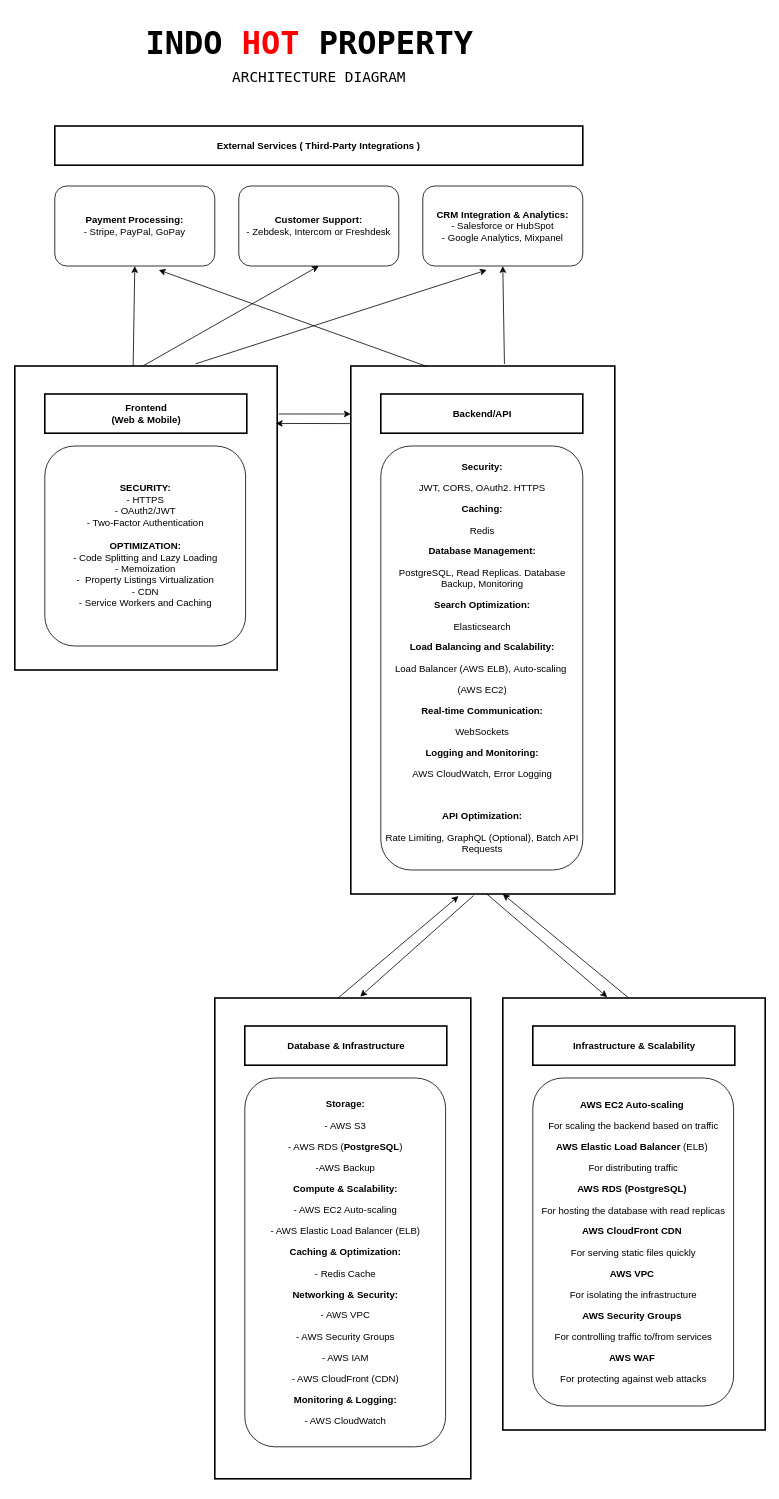
This is Diagram bez tytułu.drawio from szumi112/task, a draw.io file, before an edit. Source tidied: cells renumbered, new cells numbered last; positions are measured from the earlier drawing's top-left corner, leaving out a move shared by most shapes. Both pictures are drawn from the tidied source at 80%, with x=0, y=0 at pixel (14, 14).
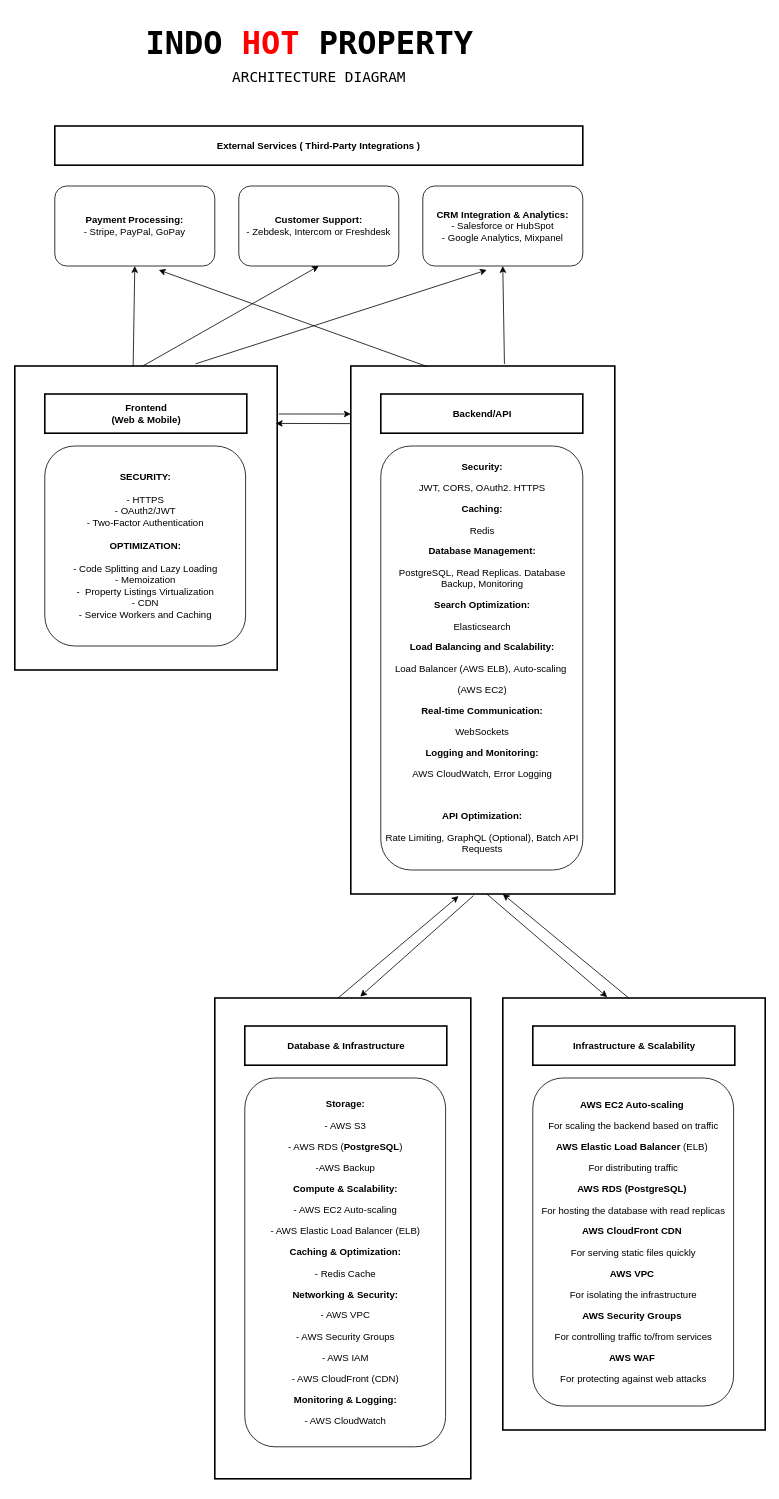
Above is the later version.

What changed in the source:
```diff
@@
-    <mxCell id="4" value="&lt;b&gt;SECURITY:&lt;/b&gt;&lt;div&gt;- HTTPS&lt;br&gt;- OAuth2/JWT&lt;div&gt;- Two-Factor Authentication&lt;br&gt;&lt;br&gt;&lt;b&gt;OPTIMIZATION:&lt;/b&gt;&lt;div&gt;- Code Splitting and Lazy Loading&lt;br&gt;-&amp;nbsp;Memoization&lt;div&gt;-&amp;nbsp; Property Listings Virtualization&lt;/div&gt;&lt;div&gt;- CDN&lt;/div&gt;&lt;div&gt;-&amp;nbsp;Service Workers and Caching&lt;/div&gt;&lt;/div&gt;&lt;/div&gt;&lt;/div&gt;" style="rounded=1;whiteSpace=wrap;html=1;" parent="1" vertex="1">
+    <mxCell id="4" value="&lt;b&gt;SECURITY:&lt;/b&gt;&lt;div&gt;&lt;b&gt;&lt;br&gt;&lt;/b&gt;&lt;div&gt;- HTTPS&lt;br&gt;- OAuth2/JWT&lt;div&gt;- Two-Factor Authentication&lt;br&gt;&lt;br&gt;&lt;b&gt;OPTIMIZATION:&lt;/b&gt;&lt;/div&gt;&lt;div&gt;&lt;b&gt;&lt;br&gt;&lt;/b&gt;&lt;/div&gt;&lt;div&gt;&lt;span style=&quot;background-color: initial;&quot;&gt;- Code Splitting and Lazy Loading&lt;/span&gt;&lt;div&gt;-&amp;nbsp;Memoization&lt;div&gt;-&amp;nbsp; Property Listings Virtualization&lt;/div&gt;&lt;div&gt;- CDN&lt;/div&gt;&lt;div&gt;-&amp;nbsp;Service Workers and Caching&lt;/div&gt;&lt;/div&gt;&lt;/div&gt;&lt;/div&gt;&lt;/div&gt;" style="rounded=1;whiteSpace=wrap;html=1;" parent="1" vertex="1">
       <mxGeometry x="37.5" y="540" width="251" height="250" as="geometry" />
     </mxCell>
```
